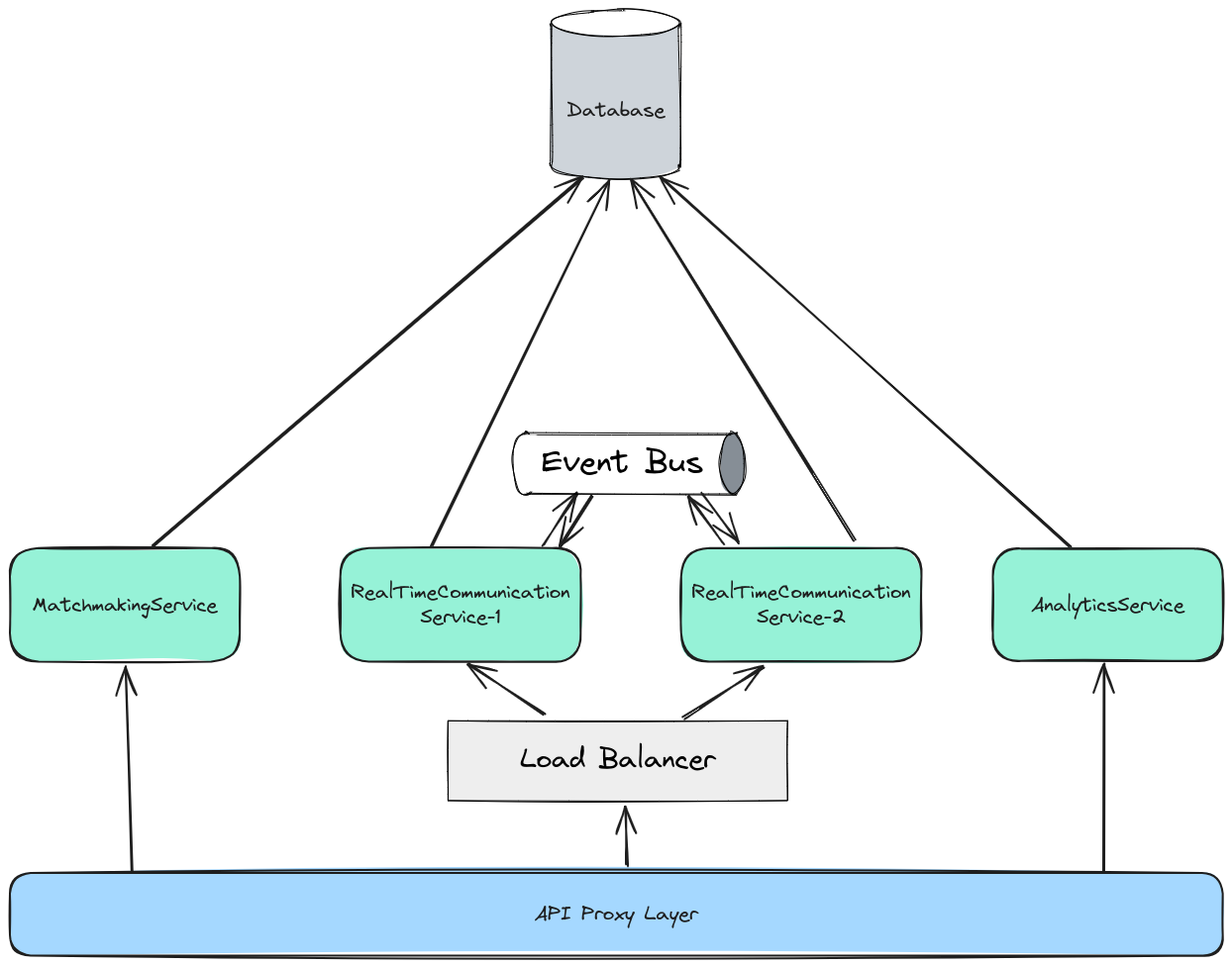
This is images/iteration-6/event-bus.excalidraw.png from simonhammes/506-software-architecture, a Excalidraw export, as it was before one commit. Source tidied: one line per element, renumbered; positions are measured from the earlier drawing's top-left corner, leaving out a move shared by most shapes.
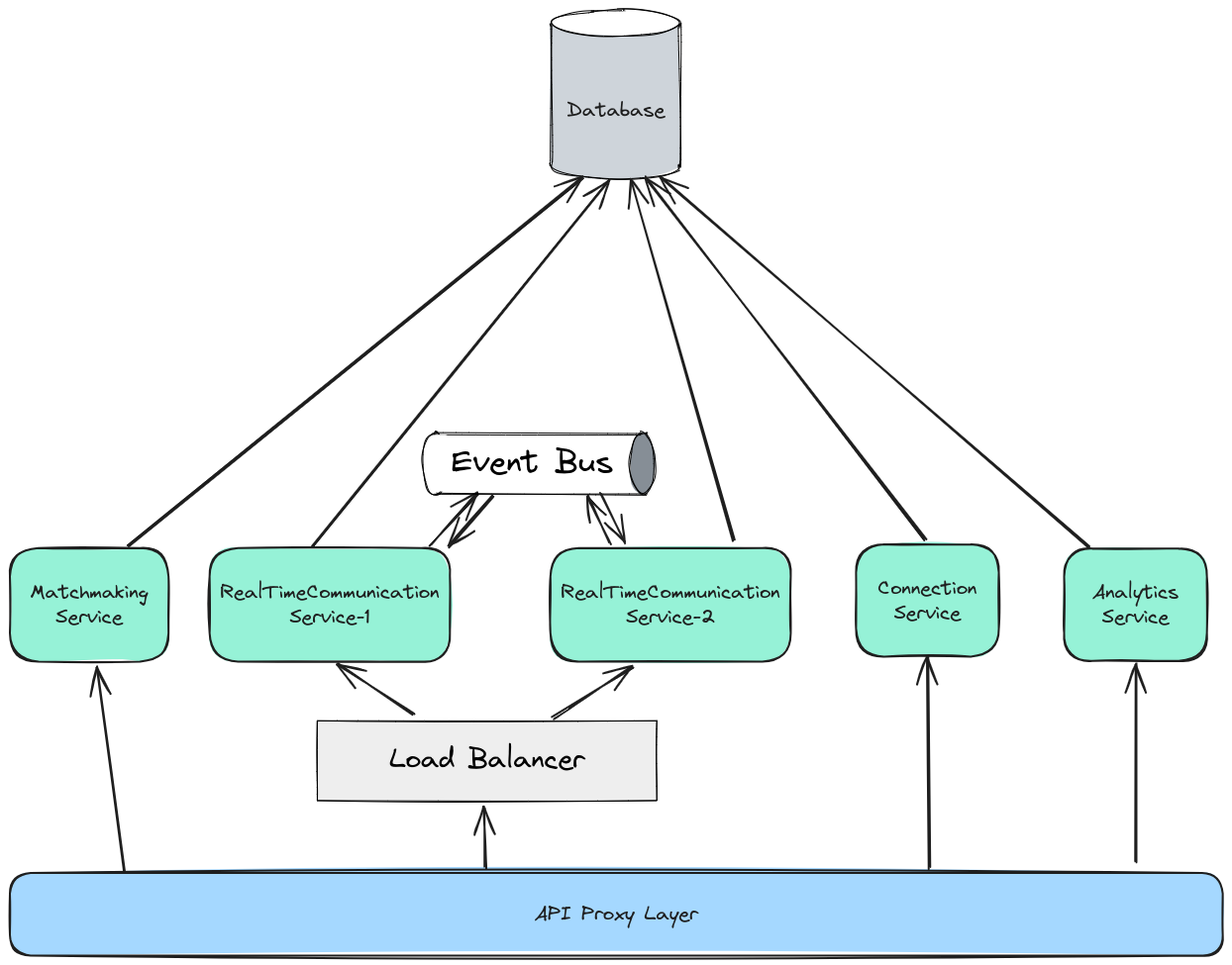
Later version of the same file.

Diff of the diagram source:
```diff
@@ -1,34 +1,38 @@
 {"id": 0, "type": "line", "strokeColor": "#000000", "backgroundColor": "#ced4da", "fillStyle": "solid", "strokeWidth": 1, "roughness": 1, "round": true, "x": 546, "y": 15, "width": 131, "height": 169, "points": [[0, 0], [0, 128], [0, 142], [7, 148], [30, 154], [70, 155], [107, 153], [128, 146], [130, 141], [131, 129], [130, 11], [130, -1], [121, -7], [104, -10], [63, -13], [31, -12], [6, -5], [0, 0], [0, 0]]}
 {"id": 1, "type": "ellipse", "strokeColor": "#000000", "backgroundColor": "#fff", "fillStyle": "solid", "strokeWidth": 1, "roughness": 1, "x": 547, "y": 0, "width": 130, "height": 26}
-{"id": 2, "type": "rectangle", "strokeColor": "#1e1e1e", "backgroundColor": "#96f2d7", "fillStyle": "solid", "strokeWidth": 2, "roughness": 1, "round": true, "x": 0, "y": 544, "width": 232, "height": 115}
+{"id": 2, "type": "rectangle", "strokeColor": "#1e1e1e", "backgroundColor": "#96f2d7", "fillStyle": "solid", "strokeWidth": 2, "roughness": 1, "round": true, "x": 0, "y": 544, "width": 160, "height": 115}
-{"id": 3, "type": "text", "text": "MatchmakingService", "strokeColor": "#1e1e1e", "strokeWidth": 2, "roughness": 1, "fontSize": 20, "fontFamily": 1, "textAlign": "center", "verticalAlign": "middle", "inside": 2, "x": 23, "y": 589, "width": 187, "height": 25}
+{"id": 3, "type": "text", "text": "Matchmaking\nService", "strokeColor": "#1e1e1e", "strokeWidth": 2, "roughness": 1, "fontSize": 20, "fontFamily": 1, "textAlign": "center", "verticalAlign": "middle", "inside": 2, "x": 20, "y": 576, "width": 119, "height": 50}
-{"id": 4, "type": "rectangle", "strokeColor": "#1e1e1e", "backgroundColor": "#96f2d7", "fillStyle": "solid", "strokeWidth": 2, "roughness": 1, "round": true, "x": 334, "y": 544, "width": 243, "height": 115}
+{"id": 4, "type": "rectangle", "strokeColor": "#1e1e1e", "backgroundColor": "#96f2d7", "fillStyle": "solid", "strokeWidth": 2, "roughness": 1, "round": true, "x": 202, "y": 544, "width": 243, "height": 115}
-{"id": 5, "type": "text", "text": "RealTimeCommunication\nService-1", "strokeColor": "#1e1e1e", "strokeWidth": 2, "roughness": 1, "fontSize": 20, "fontFamily": 1, "textAlign": "center", "verticalAlign": "middle", "inside": 4, "x": 344, "y": 576, "width": 221, "height": 50}
+{"id": 5, "type": "text", "text": "RealTimeCommunication\nService-1", "strokeColor": "#1e1e1e", "strokeWidth": 2, "roughness": 1, "fontSize": 20, "fontFamily": 1, "textAlign": "center", "verticalAlign": "middle", "inside": 4, "x": 212, "y": 576, "width": 221, "height": 50}
-{"id": 6, "type": "rectangle", "strokeColor": "#1e1e1e", "backgroundColor": "#96f2d7", "fillStyle": "solid", "strokeWidth": 2, "roughness": 1, "round": true, "x": 993, "y": 544, "width": 232, "height": 113}
+{"id": 6, "type": "rectangle", "strokeColor": "#1e1e1e", "backgroundColor": "#96f2d7", "fillStyle": "solid", "strokeWidth": 2, "roughness": 1, "round": true, "x": 1065, "y": 544, "width": 144, "height": 113}
-{"id": 7, "type": "text", "text": "AnalyticsService", "strokeColor": "#1e1e1e", "strokeWidth": 2, "roughness": 1, "fontSize": 20, "fontFamily": 1, "textAlign": "center", "verticalAlign": "middle", "inside": 6, "x": 1031, "y": 589, "width": 155, "height": 25}
+{"id": 7, "type": "text", "text": "Analytics\nService", "strokeColor": "#1e1e1e", "strokeWidth": 2, "roughness": 1, "fontSize": 20, "fontFamily": 1, "textAlign": "center", "verticalAlign": "middle", "inside": 6, "x": 1093, "y": 576, "width": 87, "height": 50}
+{"id": 34, "type": "rectangle", "strokeColor": "#1e1e1e", "backgroundColor": "#96f2d7", "fillStyle": "solid", "strokeWidth": 2, "roughness": 1, "round": true, "x": 854, "y": 540, "width": 144, "height": 113}
+{"id": 35, "type": "text", "text": "Connection\nService", "strokeColor": "#1e1e1e", "strokeWidth": 2, "roughness": 1, "fontSize": 20, "fontFamily": 1, "textAlign": "center", "verticalAlign": "middle", "inside": 34, "x": 877, "y": 572, "width": 100, "height": 50}
 {"id": 8, "type": "rectangle", "strokeColor": "#1e1e1e", "backgroundColor": "#a5d8ff", "fillStyle": "solid", "strokeWidth": 2, "roughness": 1, "round": true, "x": 0, "y": 872, "width": 1225, "height": 84}
 {"id": 9, "type": "text", "text": "API Proxy Layer", "strokeColor": "#1e1e1e", "strokeWidth": 2, "roughness": 1, "fontSize": 20, "fontFamily": 1, "textAlign": "center", "verticalAlign": "middle", "inside": 8, "x": 530, "y": 901, "width": 165, "height": 25}
-{"id": 10, "type": "arrow", "strokeColor": "#1e1e1e", "strokeWidth": 2, "roughness": 1, "endArrowhead": "arrow", "round": true, "from": 8, "to": 2, "x": 123, "y": 871, "width": 7, "height": 207, "points": [[0, 0], [-7, -207]]}
+{"id": 10, "type": "arrow", "strokeColor": "#1e1e1e", "strokeWidth": 2, "roughness": 1, "endArrowhead": "arrow", "round": true, "from": 8, "to": 2, "x": 115, "y": 871, "width": 28, "height": 207, "points": [[0, 0], [-28, -207]]}
-{"id": 11, "type": "arrow", "strokeColor": "#1e1e1e", "strokeWidth": 2, "roughness": 1, "endArrowhead": "arrow", "round": true, "from": 8, "to": 6, "x": 1104, "y": 871, "width": 0, "height": 209, "points": [[0, 0], [0, -209]]}
+{"id": 11, "type": "arrow", "strokeColor": "#1e1e1e", "strokeWidth": 2, "roughness": 1, "endArrowhead": "arrow", "round": true, "from": 8, "to": 6, "x": 1137, "y": 862, "width": 0, "height": 200, "points": [[0, 0], [0, -200]]}
-{"id": 12, "type": "arrow", "strokeColor": "#1e1e1e", "strokeWidth": 2, "roughness": 1, "endArrowhead": "arrow", "round": true, "from": 2, "x": 144, "y": 542, "width": 434, "height": 373, "points": [[0, 0], [434, -373]]}
+{"id": 12, "type": "arrow", "strokeColor": "#1e1e1e", "strokeWidth": 2, "roughness": 1, "endArrowhead": "arrow", "round": true, "from": 2, "x": 119, "y": 542, "width": 459, "height": 373, "points": [[0, 0], [459, -373]]}
 {"id": 13, "type": "text", "text": "Database", "strokeColor": "#1e1e1e", "strokeWidth": 2, "roughness": 1, "fontSize": 20, "fontFamily": 1, "x": 562, "y": 89, "width": 99, "height": 25}
-{"id": 14, "type": "arrow", "strokeColor": "#1e1e1e", "strokeWidth": 2, "roughness": 1, "endArrowhead": "arrow", "round": true, "from": 4, "to": 29, "x": 539, "y": 542, "width": 34, "height": 53, "points": [[0, 0], [34, -53]]}
+{"id": 14, "type": "arrow", "strokeColor": "#1e1e1e", "strokeWidth": 2, "roughness": 1, "endArrowhead": "arrow", "round": true, "from": 4, "to": 29, "x": 425, "y": 542, "width": 48, "height": 53, "points": [[0, 0], [48, -53]]}
-{"id": 15, "type": "arrow", "strokeColor": "#1e1e1e", "strokeWidth": 2, "roughness": 1, "endArrowhead": "arrow", "round": true, "from": 6, "x": 1071, "y": 542, "width": 414, "height": 372, "points": [[0, 0], [-414, -372]]}
+{"id": 15, "type": "arrow", "strokeColor": "#1e1e1e", "strokeWidth": 2, "roughness": 1, "endArrowhead": "arrow", "round": true, "from": 6, "x": 1089, "y": 542, "width": 433, "height": 372, "points": [[0, 0], [-433, -372]]}
-{"id": 16, "type": "rectangle", "strokeColor": "#1e1e1e", "backgroundColor": "#96f2d7", "fillStyle": "solid", "strokeWidth": 2, "roughness": 1, "round": true, "x": 678, "y": 544, "width": 243, "height": 115}
+{"id": 16, "type": "rectangle", "strokeColor": "#1e1e1e", "backgroundColor": "#96f2d7", "fillStyle": "solid", "strokeWidth": 2, "roughness": 1, "round": true, "x": 546, "y": 544, "width": 243, "height": 115}
-{"id": 17, "type": "text", "text": "RealTimeCommunication\nService-2", "strokeColor": "#1e1e1e", "strokeWidth": 2, "roughness": 1, "fontSize": 20, "fontFamily": 1, "textAlign": "center", "verticalAlign": "middle", "inside": 16, "x": 689, "y": 576, "width": 221, "height": 50}
+{"id": 17, "type": "text", "text": "RealTimeCommunication\nService-2", "strokeColor": "#1e1e1e", "strokeWidth": 2, "roughness": 1, "fontSize": 20, "fontFamily": 1, "textAlign": "center", "verticalAlign": "middle", "inside": 16, "x": 557, "y": 576, "width": 221, "height": 50}
-{"id": 18, "type": "arrow", "strokeColor": "#1e1e1e", "strokeWidth": 2, "roughness": 1, "endArrowhead": "arrow", "round": true, "from": 16, "to": 29, "x": 720, "y": 539, "width": 34, "height": 48, "points": [[0, 0], [-34, -48]]}
+{"id": 18, "type": "arrow", "strokeColor": "#1e1e1e", "strokeWidth": 2, "roughness": 1, "endArrowhead": "arrow", "round": true, "from": 16, "to": 29, "x": 606, "y": 539, "width": 22, "height": 48, "points": [[0, 0], [-22, -48]]}
-{"id": 19, "type": "rectangle", "strokeColor": "#000000", "backgroundColor": "#eeeeee", "fillStyle": "solid", "strokeWidth": 1, "roughness": 1, "x": 442, "y": 718, "width": 343, "height": 81}
+{"id": 19, "type": "rectangle", "strokeColor": "#000000", "backgroundColor": "#eeeeee", "fillStyle": "solid", "strokeWidth": 1, "roughness": 1, "x": 310, "y": 718, "width": 343, "height": 81}
-{"id": 20, "type": "text", "text": "Load Balancer", "strokeColor": "#000000", "strokeWidth": 1, "roughness": 1, "fontSize": 27.55, "fontFamily": 1, "textAlign": "center", "x": 515, "y": 740, "width": 197, "height": 37}
+{"id": 20, "type": "text", "text": "Load Balancer", "strokeColor": "#000000", "strokeWidth": 1, "roughness": 1, "fontSize": 27.55, "fontFamily": 1, "textAlign": "center", "x": 383, "y": 740, "width": 197, "height": 37}
-{"id": 21, "type": "arrow", "strokeColor": "#1e1e1e", "strokeWidth": 2, "roughness": 1, "endArrowhead": "arrow", "round": true, "from": 8, "to": 19, "x": 623, "y": 864, "width": 0, "height": 58, "points": [[0, 0], [0, -58]]}
+{"id": 21, "type": "arrow", "strokeColor": "#1e1e1e", "strokeWidth": 2, "roughness": 1, "endArrowhead": "arrow", "round": true, "from": 8, "to": 19, "x": 480, "y": 867, "width": 0, "height": 60, "points": [[0, 0], [0, -60]]}
-{"id": 22, "type": "arrow", "strokeColor": "#1e1e1e", "strokeWidth": 2, "roughness": 1, "endArrowhead": "arrow", "round": true, "from": 19, "to": 4, "x": 539, "y": 712, "width": 75, "height": 51, "points": [[0, 0], [-75, -51]]}
+{"id": 22, "type": "arrow", "strokeColor": "#1e1e1e", "strokeWidth": 2, "roughness": 1, "endArrowhead": "arrow", "round": true, "from": 19, "to": 4, "x": 407, "y": 712, "width": 75, "height": 51, "points": [[0, 0], [-75, -51]]}
-{"id": 23, "type": "arrow", "strokeColor": "#1e1e1e", "strokeWidth": 2, "roughness": 1, "endArrowhead": "arrow", "round": true, "from": 19, "to": 16, "x": 680, "y": 715, "width": 82, "height": 51, "points": [[0, 0], [82, -51]]}
+{"id": 23, "type": "arrow", "strokeColor": "#1e1e1e", "strokeWidth": 2, "roughness": 1, "endArrowhead": "arrow", "round": true, "from": 19, "to": 16, "x": 548, "y": 715, "width": 82, "height": 51, "points": [[0, 0], [82, -51]]}
-{"id": 24, "type": "ellipse", "strokeColor": "#000000", "backgroundColor": "#ffffff", "fillStyle": "solid", "strokeWidth": 1, "roughness": 1, "round": true, "x": 507, "y": 427, "width": 25, "height": 63}
+{"id": 24, "type": "ellipse", "strokeColor": "#000000", "backgroundColor": "#ffffff", "fillStyle": "solid", "strokeWidth": 1, "roughness": 1, "round": true, "x": 416, "y": 427, "width": 25, "height": 63}
-{"id": 25, "type": "ellipse", "strokeColor": "#000000", "backgroundColor": "#868e96", "fillStyle": "solid", "strokeWidth": 1, "roughness": 1, "round": true, "x": 717, "y": 427, "width": 25, "height": 63}
+{"id": 25, "type": "ellipse", "strokeColor": "#000000", "backgroundColor": "#868e96", "fillStyle": "solid", "strokeWidth": 1, "roughness": 1, "round": true, "x": 626, "y": 427, "width": 25, "height": 63}
-{"id": 26, "type": "line", "strokeColor": "#000000", "backgroundColor": "#ffffff", "fillStyle": "solid", "strokeWidth": 1, "roughness": 1, "round": true, "x": 520, "y": 428, "width": 209, "height": 0, "points": [[0, 0], [209, 0]]}
+{"id": 26, "type": "line", "strokeColor": "#000000", "backgroundColor": "#ffffff", "fillStyle": "solid", "strokeWidth": 1, "roughness": 1, "round": true, "x": 429, "y": 428, "width": 209, "height": 0, "points": [[0, 0], [209, 0]]}
-{"id": 27, "type": "line", "strokeColor": "#000000", "backgroundColor": "#ffffff", "fillStyle": "solid", "strokeWidth": 1, "roughness": 1, "round": true, "x": 520, "y": 489, "width": 214, "height": 0, "points": [[0, 0], [214, 0]]}
+{"id": 27, "type": "line", "strokeColor": "#000000", "backgroundColor": "#ffffff", "fillStyle": "solid", "strokeWidth": 1, "roughness": 1, "round": true, "x": 429, "y": 489, "width": 214, "height": 0, "points": [[0, 0], [214, 0]]}
-{"id": 28, "type": "rectangle", "strokeColor": "transparent", "backgroundColor": "#ffffff", "fillStyle": "solid", "strokeWidth": 1, "roughness": 0, "round": true, "x": 518, "y": 429, "width": 16, "height": 57}
+{"id": 28, "type": "rectangle", "strokeColor": "transparent", "backgroundColor": "#ffffff", "fillStyle": "solid", "strokeWidth": 1, "roughness": 0, "round": true, "x": 427, "y": 429, "width": 16, "height": 57}
-{"id": 29, "type": "text", "text": "Event Bus", "strokeColor": "#000000", "backgroundColor": "#ffffff", "fillStyle": "solid", "strokeWidth": 1, "roughness": 0, "fontSize": 31.85, "fontFamily": 1, "round": true, "x": 537, "y": 438, "width": 163, "height": 41}
+{"id": 29, "type": "text", "text": "Event Bus", "strokeColor": "#000000", "backgroundColor": "#ffffff", "fillStyle": "solid", "strokeWidth": 1, "roughness": 0, "fontSize": 31.85, "fontFamily": 1, "round": true, "x": 446, "y": 438, "width": 163, "height": 41}
-{"id": 30, "type": "arrow", "strokeColor": "#1e1e1e", "strokeWidth": 2, "roughness": 1, "endArrowhead": "arrow", "round": true, "from": 29, "to": 4, "x": 588, "y": 492, "width": 33, "height": 51, "points": [[0, 0], [-33, 51]]}
+{"id": 30, "type": "arrow", "strokeColor": "#1e1e1e", "strokeWidth": 2, "roughness": 1, "endArrowhead": "arrow", "round": true, "from": 29, "to": 4, "x": 488, "y": 492, "width": 45, "height": 51, "points": [[0, 0], [-45, 51]]}
-{"id": 31, "type": "arrow", "strokeColor": "#1e1e1e", "strokeWidth": 2, "roughness": 1, "endArrowhead": "arrow", "round": true, "from": 29, "to": 16, "x": 699, "y": 489, "width": 35, "height": 49, "points": [[0, 0], [35, 49]]}
+{"id": 31, "type": "arrow", "strokeColor": "#1e1e1e", "strokeWidth": 2, "roughness": 1, "endArrowhead": "arrow", "round": true, "from": 29, "to": 16, "x": 597, "y": 489, "width": 23, "height": 49, "points": [[0, 0], [23, 49]]}
-{"id": 32, "type": "arrow", "strokeColor": "#1e1e1e", "strokeWidth": 2, "roughness": 1, "endArrowhead": "arrow", "round": true, "from": 4, "x": 425, "y": 541, "width": 180, "height": 370, "points": [[0, 0], [180, -370]]}
+{"id": 32, "type": "arrow", "strokeColor": "#1e1e1e", "strokeWidth": 2, "roughness": 1, "endArrowhead": "arrow", "round": true, "from": 4, "x": 305, "y": 541, "width": 300, "height": 370, "points": [[0, 0], [300, -370]]}
-{"id": 33, "type": "arrow", "strokeColor": "#1e1e1e", "strokeWidth": 2, "roughness": 1, "endArrowhead": "arrow", "round": true, "from": 16, "x": 853, "y": 537, "width": 226, "height": 365, "points": [[0, 0], [-226, -365]]}
+{"id": 33, "type": "arrow", "strokeColor": "#1e1e1e", "strokeWidth": 2, "roughness": 1, "endArrowhead": "arrow", "round": true, "from": 16, "x": 731, "y": 537, "width": 104, "height": 365, "points": [[0, 0], [-104, -365]]}
+{"id": 36, "type": "arrow", "strokeColor": "#1e1e1e", "strokeWidth": 2, "roughness": 1, "endArrowhead": "arrow", "round": true, "from": 8, "to": 34, "x": 930, "y": 867, "width": 2, "height": 213, "points": [[0, 0], [-2, -213]]}
+{"id": 37, "type": "arrow", "strokeColor": "#1e1e1e", "strokeWidth": 2, "roughness": 1, "endArrowhead": "arrow", "round": true, "from": 34, "x": 924, "y": 536, "width": 283, "height": 367, "points": [[0, 0], [-283, -367]]}
```
